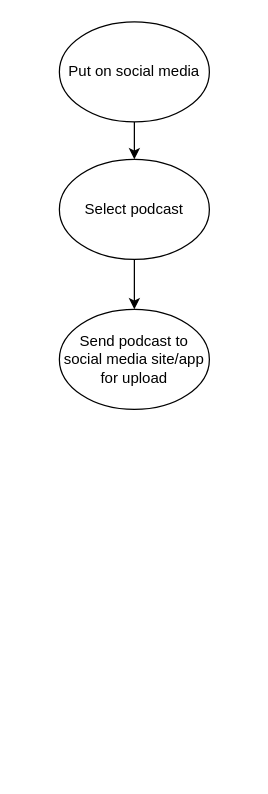
This is SocialMedia_ActivityDiagram.drawio from Glizzus/COMP-3700, a draw.io file, before an edit. Source tidied: cells renumbered, new cells numbered last; positions are measured from the earlier drawing's top-left corner, leaving out a move shared by most shapes. Both pictures are drawn from the tidied source at 125%, with x=0, y=0 at pixel (59, 21).
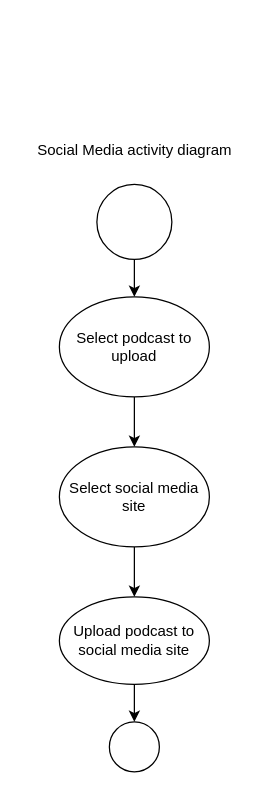
Above is the later version.

Commit message (it also covers changes not shown here):
Store new podcast and social media upload

What changed in the source:
```diff
@@
 <mxGraphModel>
   <root>
     <mxCell id="0" />
     <mxCell id="1" parent="0" />
-    <mxCell id="2" style="edgeStyle=orthogonalEdgeStyle;rounded=0;jettySize=auto;html=1;" parent="1" edge="1" source="3" target="5">
-      <mxGeometry relative="1" as="geometry" />
-    </mxCell>
-    <mxCell id="3" value="Put on social media" style="ellipse;whiteSpace=wrap;html=1;" parent="1" vertex="1">
-      <mxGeometry width="120" height="80" as="geometry" />
+    <mxCell id="3" style="ellipse;whiteSpace=wrap;html=1;" parent="1" vertex="1">
+      <mxGeometry x="30" y="130" width="60" height="60" as="geometry" />
     </mxCell>
-    <mxCell id="4" style="edgeStyle=orthogonalEdgeStyle;rounded=0;jettySize=auto;html=1;" parent="1" edge="1" source="5" target="6">
-      <mxGeometry relative="1" as="geometry" />
-    </mxCell>
-    <mxCell id="5" value="Select podcast" style="ellipse;whiteSpace=wrap;html=1;" parent="1" vertex="1">
-      <mxGeometry y="110" width="120" height="80" as="geometry" />
-    </mxCell>
+    <mxCell id="7" style="edgeStyle=orthogonalEdgeStyle;rounded=0;jettySize=auto;html=1;exitX=0.5;exitY=1;exitDx=0;exitDy=0;" parent="1" edge="1" source="3" target="10">
+      <mxGeometry relative="1" as="geometry" />
+    </mxCell>
+    <mxCell id="8" style="edgeStyle=orthogonalEdgeStyle;rounded=0;jettySize=auto;html=1;entryX=0.5;entryY=0;entryDx=0;entryDy=0;" parent="1" edge="1" source="6" target="12">
+      <mxGeometry relative="1" as="geometry" />
+    </mxCell>
-    <mxCell id="6" value="Send podcast to social media site/app for upload" style="ellipse;whiteSpace=wrap;html=1;" parent="1" vertex="1">
-      <mxGeometry y="230" width="120" height="80" as="geometry" />
+    <mxCell id="6" value="Select social media site" style="ellipse;whiteSpace=wrap;html=1;" parent="1" vertex="1">
+      <mxGeometry y="340" width="120" height="80" as="geometry" />
     </mxCell>
+    <mxCell id="9" style="edgeStyle=orthogonalEdgeStyle;rounded=0;jettySize=auto;html=1;entryX=0.5;entryY=0;entryDx=0;entryDy=0;" parent="1" edge="1" source="10" target="6">
+      <mxGeometry relative="1" as="geometry" />
+    </mxCell>
+    <mxCell id="10" value="Select podcast to upload" style="ellipse;whiteSpace=wrap;html=1;" parent="1" vertex="1">
+      <mxGeometry y="220" width="120" height="80" as="geometry" />
+    </mxCell>
+    <mxCell id="11" style="edgeStyle=orthogonalEdgeStyle;rounded=0;jettySize=auto;html=1;" parent="1" edge="1" source="12" target="13">
+      <mxGeometry relative="1" as="geometry" />
+    </mxCell>
+    <mxCell id="12" value="Upload podcast to social media site" style="ellipse;whiteSpace=wrap;html=1;" parent="1" vertex="1">
+      <mxGeometry y="460" width="120" height="70" as="geometry" />
+    </mxCell>
+    <mxCell id="13" style="ellipse;whiteSpace=wrap;html=1;" parent="1" vertex="1">
+      <mxGeometry x="40" y="560" width="40" height="40" as="geometry" />
+    </mxCell>
+    <mxCell id="14" value="Social Media activity diagram" style="text;html=1;align=center;verticalAlign=middle;strokeColor=none;fillColor=none;" parent="1" vertex="1">
+      <mxGeometry x="-30" y="88" width="180" height="30" as="geometry" />
+    </mxCell>
   </root>
 </mxGraphModel>
```
